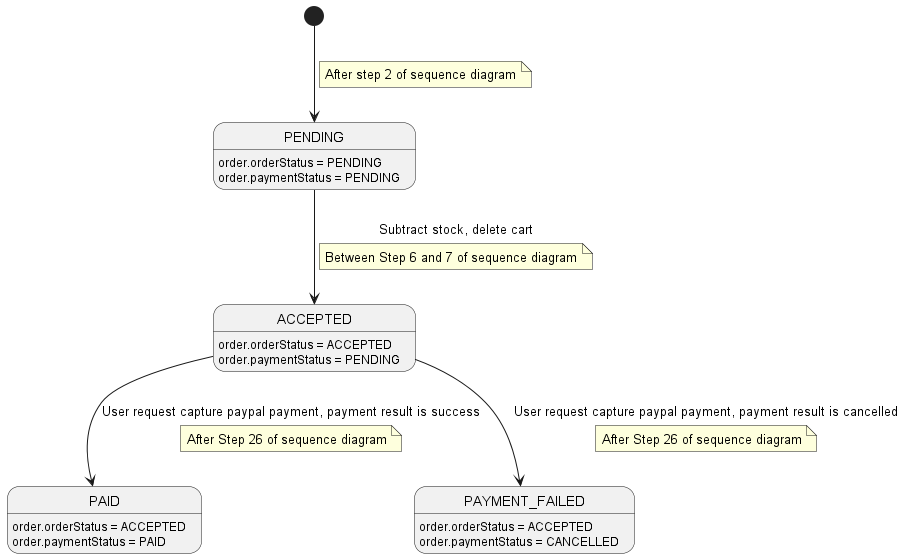
Above: order/docs/img/Order State diagram.png in nashtech-garage/yas (PlantUML), before the change.
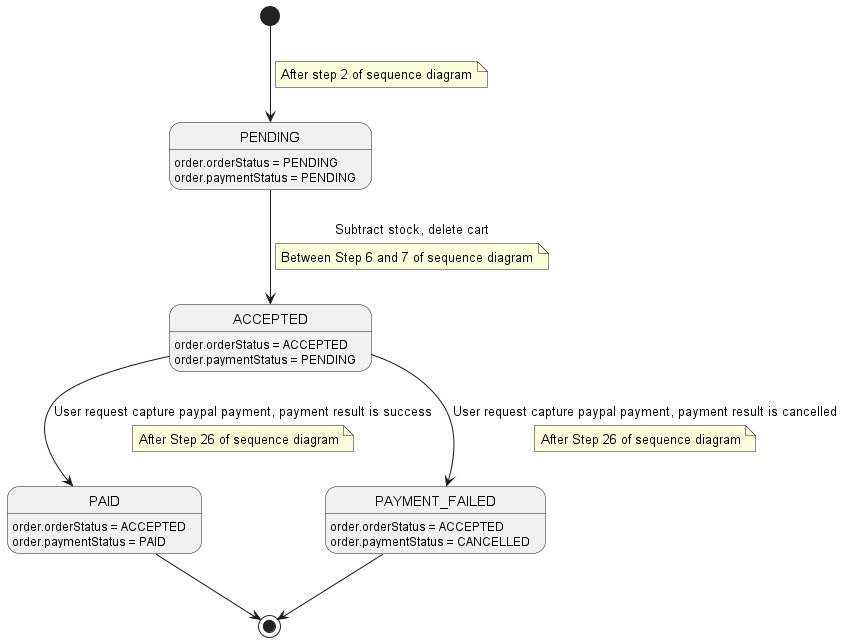
Later version of the same file.

Commit message:
Fix: small fix for order state diagram

Diff of the diagram source:
```diff
@@ -26,4 +26,6 @@
 end note
 PAYMENT_FAILED: order.orderStatus = ACCEPTED
 PAYMENT_FAILED: order.paymentStatus = CANCELLED
+PAID --> [*]
+PAYMENT_FAILED --> [*]
 @enduml
```
